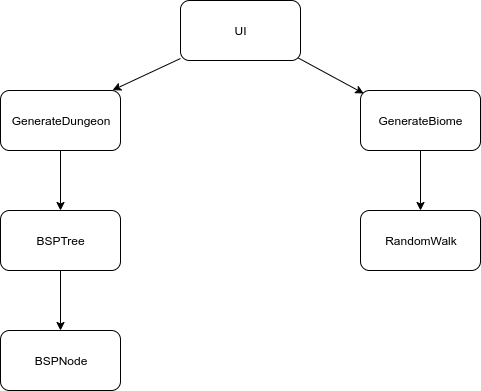
smannist/dungeon-generator keeps this draw.io diagram as images/dungeon_generator_project_structure.png. Above is the earlier version. Source tidied: cells renumbered, new cells last; positions are measured from the earlier drawing's top-left corner, leaving out a move shared by most shapes. Source of this version:
```xml
<mxGraphModel>
  <root>
    <mxCell id="0" />
    <mxCell id="1" parent="0" />
    <mxCell id="2" value="BSPNode" style="rounded=1;whiteSpace=wrap;html=1;" parent="1" vertex="1">
      <mxGeometry y="330" width="120" height="60" as="geometry" />
    </mxCell>
    <mxCell id="3" value="BSPTree" style="rounded=1;whiteSpace=wrap;html=1;" parent="1" vertex="1">
      <mxGeometry y="210" width="120" height="60" as="geometry" />
    </mxCell>
    <mxCell id="4" value="GenerateDungeon" style="rounded=1;whiteSpace=wrap;html=1;" parent="1" vertex="1">
      <mxGeometry y="90" width="120" height="60" as="geometry" />
    </mxCell>
    <mxCell id="5" value="UI&lt;br&gt;" style="rounded=1;whiteSpace=wrap;html=1;" parent="1" vertex="1">
      <mxGeometry x="180" width="120" height="60" as="geometry" />
    </mxCell>
    <mxCell id="6" value="RandomWalk" style="rounded=1;whiteSpace=wrap;html=1;" parent="1" vertex="1">
      <mxGeometry x="360" y="210" width="120" height="60" as="geometry" />
    </mxCell>
    <mxCell id="7" value="GenerateBiome" style="rounded=1;whiteSpace=wrap;html=1;" parent="1" vertex="1">
      <mxGeometry x="360" y="90" width="120" height="60" as="geometry" />
    </mxCell>
    <mxCell id="8" style="endArrow=classic;html=1;entryX=0.934;entryY=-0.005;entryDx=0;entryDy=0;entryPerimeter=0;" parent="1" edge="1" source="5" target="4">
      <mxGeometry relative="1" as="geometry" />
    </mxCell>
    <mxCell id="9" style="endArrow=classic;html=1;exitX=0.981;exitY=0.958;exitDx=0;exitDy=0;exitPerimeter=0;entryX=0.027;entryY=0.05;entryDx=0;entryDy=0;entryPerimeter=0;" parent="1" edge="1" source="5" target="7">
      <mxGeometry relative="1" as="geometry" />
    </mxCell>
    <mxCell id="10" style="endArrow=classic;html=1;exitX=0.5;exitY=1;exitDx=0;exitDy=0;entryX=0.5;entryY=0;entryDx=0;entryDy=0;" parent="1" edge="1" source="4" target="3">
      <mxGeometry relative="1" as="geometry" />
    </mxCell>
    <mxCell id="11" style="endArrow=classic;html=1;exitX=0.5;exitY=1;exitDx=0;exitDy=0;entryX=0.5;entryY=0;entryDx=0;entryDy=0;" parent="1" edge="1" source="3" target="2">
      <mxGeometry relative="1" as="geometry" />
    </mxCell>
    <mxCell id="12" style="endArrow=classic;html=1;exitX=0.5;exitY=1;exitDx=0;exitDy=0;" parent="1" edge="1" source="7">
      <mxGeometry relative="1" as="geometry">
        <mxPoint x="420" y="210" as="targetPoint" />
      </mxGeometry>
    </mxCell>
  </root>
</mxGraphModel>
```
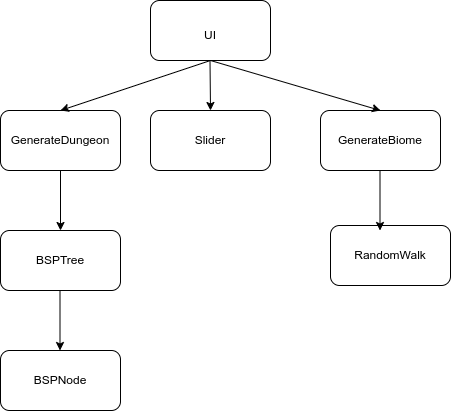
The same file after the commit.

Commit message:
Updated implementation document

Diff of the diagram source:
```diff
@@ -2,40 +2,76 @@
   <root>
     <mxCell id="0" />
     <mxCell id="1" parent="0" />
+    <mxCell id="13" style="rounded=1;whiteSpace=wrap;html=1;" parent="1" vertex="1">
+      <mxGeometry x="390" y="240" width="120" height="60" as="geometry" />
+    </mxCell>
+    <mxCell id="14" style="rounded=1;whiteSpace=wrap;html=1;" parent="1" vertex="1">
+      <mxGeometry x="240" y="350" width="120" height="60" as="geometry" />
+    </mxCell>
+    <mxCell id="15" style="rounded=1;whiteSpace=wrap;html=1;" parent="1" vertex="1">
+      <mxGeometry x="560" y="350" width="120" height="60" as="geometry" />
+    </mxCell>
+    <mxCell id="16" style="rounded=1;whiteSpace=wrap;html=1;" parent="1" vertex="1">
+      <mxGeometry x="240" y="470" width="120" height="60" as="geometry" />
+    </mxCell>
+    <mxCell id="17" style="rounded=1;whiteSpace=wrap;html=1;" parent="1" vertex="1">
+      <mxGeometry x="570" y="465" width="120" height="60" as="geometry" />
+    </mxCell>
+    <mxCell id="18" style="rounded=1;whiteSpace=wrap;html=1;" parent="1" vertex="1">
+      <mxGeometry x="240" y="590" width="120" height="60" as="geometry" />
+    </mxCell>
+    <mxCell id="19" style="endArrow=classic;html=1;rounded=0;entryX=0.5;entryY=0;entryDx=0;entryDy=0;" parent="1" edge="1" target="14">
+      <mxGeometry relative="1" as="geometry">
+        <mxPoint x="450" y="300" as="sourcePoint" />
+      </mxGeometry>
+    </mxCell>
+    <mxCell id="20" style="endArrow=classic;html=1;rounded=0;exitX=0.5;exitY=1;exitDx=0;exitDy=0;entryX=0.5;entryY=0;entryDx=0;entryDy=0;" parent="1" edge="1" source="13" target="15">
+      <mxGeometry relative="1" as="geometry" />
+    </mxCell>
+    <mxCell id="21" style="endArrow=classic;html=1;rounded=0;entryX=0.5;entryY=0;entryDx=0;entryDy=0;exitX=0.5;exitY=1;exitDx=0;exitDy=0;" parent="1" edge="1" source="14" target="16">
+      <mxGeometry relative="1" as="geometry" />
+    </mxCell>
+    <mxCell id="22" style="endArrow=classic;html=1;rounded=0;entryX=0.5;entryY=0;entryDx=0;entryDy=0;exitX=0.5;exitY=1;exitDx=0;exitDy=0;" parent="1" edge="1">
+      <mxGeometry relative="1" as="geometry">
+        <mxPoint x="299.5" y="530" as="sourcePoint" />
+        <mxPoint x="299.5" y="590" as="targetPoint" />
+      </mxGeometry>
+    </mxCell>
+    <mxCell id="23" style="endArrow=classic;html=1;rounded=0;entryX=0.5;entryY=0;entryDx=0;entryDy=0;exitX=0.5;exitY=1;exitDx=0;exitDy=0;" parent="1" edge="1">
+      <mxGeometry relative="1" as="geometry">
+        <mxPoint x="619.5" y="410" as="sourcePoint" />
+        <mxPoint x="619.5" y="470" as="targetPoint" />
+      </mxGeometry>
+    </mxCell>
+    <mxCell id="5" value="UI" style="text;html=1;strokeColor=none;fillColor=none;align=center;verticalAlign=middle;whiteSpace=wrap;rounded=0;" parent="1" vertex="1">
+      <mxGeometry x="420" y="260" width="60" height="30" as="geometry" />
+    </mxCell>
+    <mxCell id="4" value="GenerateDungeon" style="text;html=1;strokeColor=none;fillColor=none;align=center;verticalAlign=middle;whiteSpace=wrap;rounded=0;" parent="1" vertex="1">
+      <mxGeometry x="270" y="365" width="60" height="30" as="geometry" />
+    </mxCell>
+    <mxCell id="3" value="BSPTree" style="text;html=1;strokeColor=none;fillColor=none;align=center;verticalAlign=middle;whiteSpace=wrap;rounded=0;" parent="1" vertex="1">
+      <mxGeometry x="270" y="485" width="60" height="30" as="geometry" />
+    </mxCell>
-    <mxCell id="2" value="BSPNode" style="rounded=1;whiteSpace=wrap;html=1;" parent="1" vertex="1">
-      <mxGeometry y="330" width="120" height="60" as="geometry" />
+    <mxCell id="2" value="BSPNode" style="text;html=1;strokeColor=none;fillColor=none;align=center;verticalAlign=middle;whiteSpace=wrap;rounded=0;" parent="1" vertex="1">
+      <mxGeometry x="270" y="605" width="60" height="30" as="geometry" />
     </mxCell>
-    <mxCell id="3" value="BSPTree" style="rounded=1;whiteSpace=wrap;html=1;" parent="1" vertex="1">
-      <mxGeometry y="210" width="120" height="60" as="geometry" />
-    </mxCell>
-    <mxCell id="4" value="GenerateDungeon" style="rounded=1;whiteSpace=wrap;html=1;" parent="1" vertex="1">
-      <mxGeometry y="90" width="120" height="60" as="geometry" />
-    </mxCell>
-    <mxCell id="5" value="UI&lt;br&gt;" style="rounded=1;whiteSpace=wrap;html=1;" parent="1" vertex="1">
-      <mxGeometry x="180" width="120" height="60" as="geometry" />
-    </mxCell>
+    <mxCell id="7" value="GenerateBiome" style="text;html=1;strokeColor=none;fillColor=none;align=center;verticalAlign=middle;whiteSpace=wrap;rounded=0;" parent="1" vertex="1">
+      <mxGeometry x="590" y="365" width="60" height="30" as="geometry" />
+    </mxCell>
-    <mxCell id="6" value="RandomWalk" style="rounded=1;whiteSpace=wrap;html=1;" parent="1" vertex="1">
-      <mxGeometry x="360" y="210" width="120" height="60" as="geometry" />
+    <mxCell id="6" value="RandomWalk" style="text;html=1;strokeColor=none;fillColor=none;align=center;verticalAlign=middle;whiteSpace=wrap;rounded=0;" parent="1" vertex="1">
+      <mxGeometry x="600" y="480" width="60" height="30" as="geometry" />
     </mxCell>
-    <mxCell id="7" value="GenerateBiome" style="rounded=1;whiteSpace=wrap;html=1;" parent="1" vertex="1">
-      <mxGeometry x="360" y="90" width="120" height="60" as="geometry" />
-    </mxCell>
-    <mxCell id="8" style="endArrow=classic;html=1;entryX=0.934;entryY=-0.005;entryDx=0;entryDy=0;entryPerimeter=0;" parent="1" edge="1" source="5" target="4">
-      <mxGeometry relative="1" as="geometry" />
-    </mxCell>
-    <mxCell id="9" style="endArrow=classic;html=1;exitX=0.981;exitY=0.958;exitDx=0;exitDy=0;exitPerimeter=0;entryX=0.027;entryY=0.05;entryDx=0;entryDy=0;entryPerimeter=0;" parent="1" edge="1" source="5" target="7">
-      <mxGeometry relative="1" as="geometry" />
-    </mxCell>
-    <mxCell id="10" style="endArrow=classic;html=1;exitX=0.5;exitY=1;exitDx=0;exitDy=0;entryX=0.5;entryY=0;entryDx=0;entryDy=0;" parent="1" edge="1" source="4" target="3">
-      <mxGeometry relative="1" as="geometry" />
-    </mxCell>
-    <mxCell id="11" style="endArrow=classic;html=1;exitX=0.5;exitY=1;exitDx=0;exitDy=0;entryX=0.5;entryY=0;entryDx=0;entryDy=0;" parent="1" edge="1" source="3" target="2">
-      <mxGeometry relative="1" as="geometry" />
-    </mxCell>
-    <mxCell id="12" style="endArrow=classic;html=1;exitX=0.5;exitY=1;exitDx=0;exitDy=0;" parent="1" edge="1" source="7">
-      <mxGeometry relative="1" as="geometry">
-        <mxPoint x="420" y="210" as="targetPoint" />
-      </mxGeometry>
-    </mxCell>
+    <mxCell id="24" style="rounded=1;whiteSpace=wrap;html=1;" parent="1" vertex="1">
+      <mxGeometry x="390" y="350" width="120" height="60" as="geometry" />
+    </mxCell>
+    <mxCell id="25" value="Slider" style="text;html=1;strokeColor=none;fillColor=none;align=center;verticalAlign=middle;whiteSpace=wrap;rounded=0;" parent="1" vertex="1">
+      <mxGeometry x="420" y="365" width="60" height="30" as="geometry" />
+    </mxCell>
+    <mxCell id="26" style="endArrow=classic;html=1;rounded=0;exitX=0.5;exitY=1;exitDx=0;exitDy=0;" parent="1" edge="1">
+      <mxGeometry relative="1" as="geometry">
+        <mxPoint x="449.5" y="300" as="sourcePoint" />
+        <mxPoint x="450" y="350" as="targetPoint" />
+      </mxGeometry>
+    </mxCell>
   </root>
 </mxGraphModel>
```
